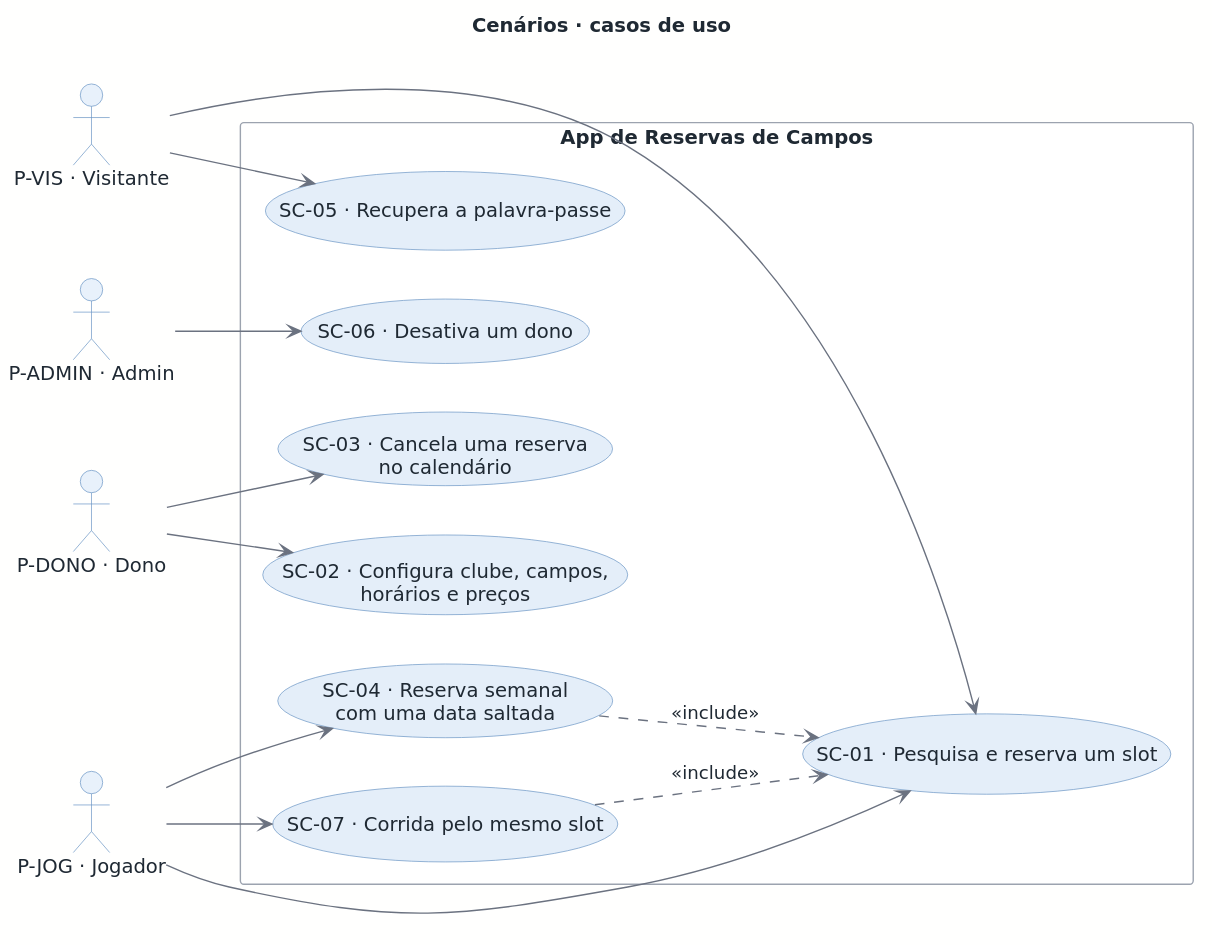
Before: docs/architecture/out/scenarios-use-cases.svg, a diagram exported from PlantUML (rodrigo4sousa/SportsEstablishments).
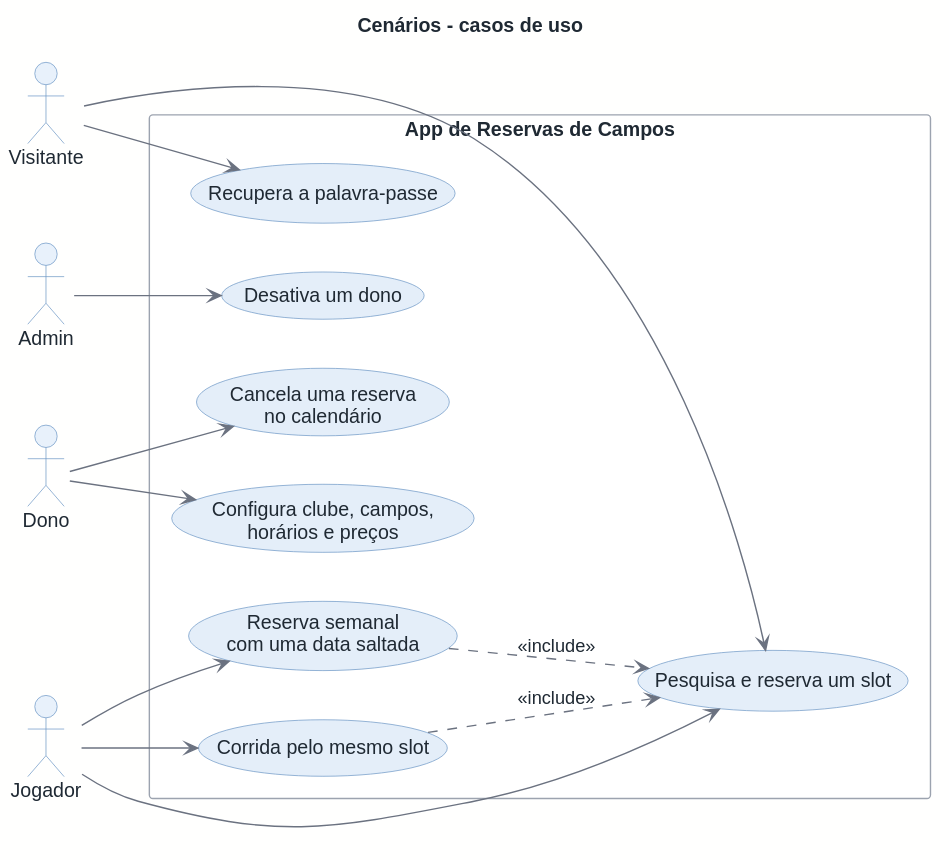
After the commit.

Change to the diagram source:
```diff
@@ -1,22 +1,22 @@
 @startuml
 !include ../style.puml
 
-title Cenários · casos de uso
+title Cenários - casos de uso
 left to right direction
 
-actor "P-VIS · Visitante" as P_VIS
-actor "P-JOG · Jogador" as P_JOG
-actor "P-DONO · Dono" as P_DONO
-actor "P-ADMIN · Admin" as P_ADMIN
+actor "Visitante" as P_VIS
+actor "Jogador" as P_JOG
+actor "Dono" as P_DONO
+actor "Admin" as P_ADMIN
 
 rectangle "App de Reservas de Campos" {
-    usecase "SC-01 · Pesquisa e reserva um slot" as SC_01
-    usecase "SC-02 · Configura clube, campos,\nhorários e preços" as SC_02
-    usecase "SC-03 · Cancela uma reserva\nno calendário" as SC_03
-    usecase "SC-04 · Reserva semanal\ncom uma data saltada" as SC_04
-    usecase "SC-05 · Recupera a palavra-passe" as SC_05
-    usecase "SC-06 · Desativa um dono" as SC_06
-    usecase "SC-07 · Corrida pelo mesmo slot" as SC_07
+    usecase "Pesquisa e reserva um slot" as SC_01
+    usecase "Configura clube, campos,\nhorários e preços" as SC_02
+    usecase "Cancela uma reserva\nno calendário" as SC_03
+    usecase "Reserva semanal\ncom uma data saltada" as SC_04
+    usecase "Recupera a palavra-passe" as SC_05
+    usecase "Desativa um dono" as SC_06
+    usecase "Corrida pelo mesmo slot" as SC_07
 }
 
 P_VIS --> SC_01
```
